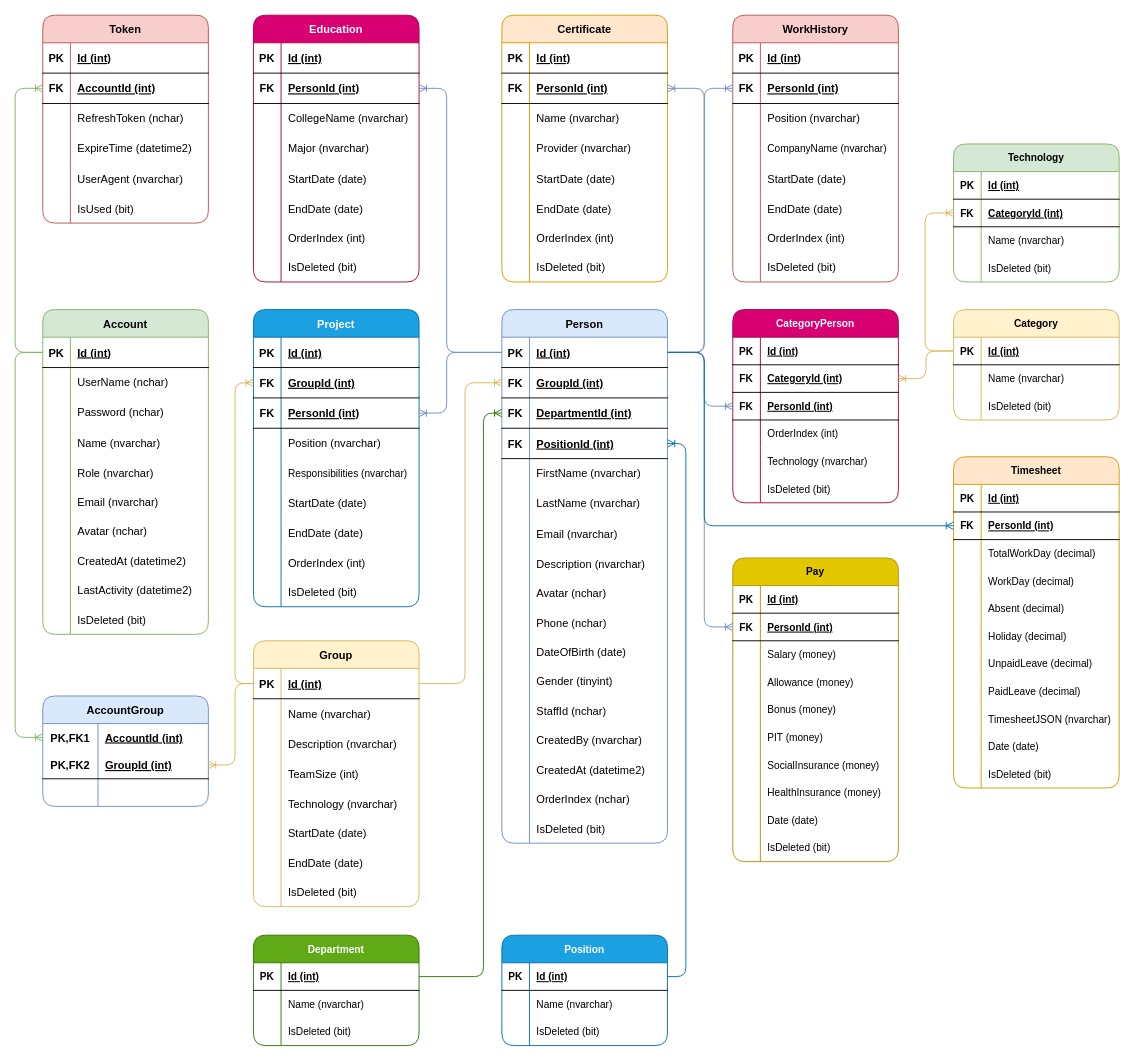
Earlier version of the draw.io diagram Docs/db-diagram.drawio (dong-nguyen-hd/HR-Management). Source tidied: cells renumbered, new cells numbered last; positions are measured from the earlier drawing's top-left corner, leaving out a move shared by most shapes. Both pictures are drawn from the tidied source at 92%, with x=0, y=0 at pixel (15, 15).
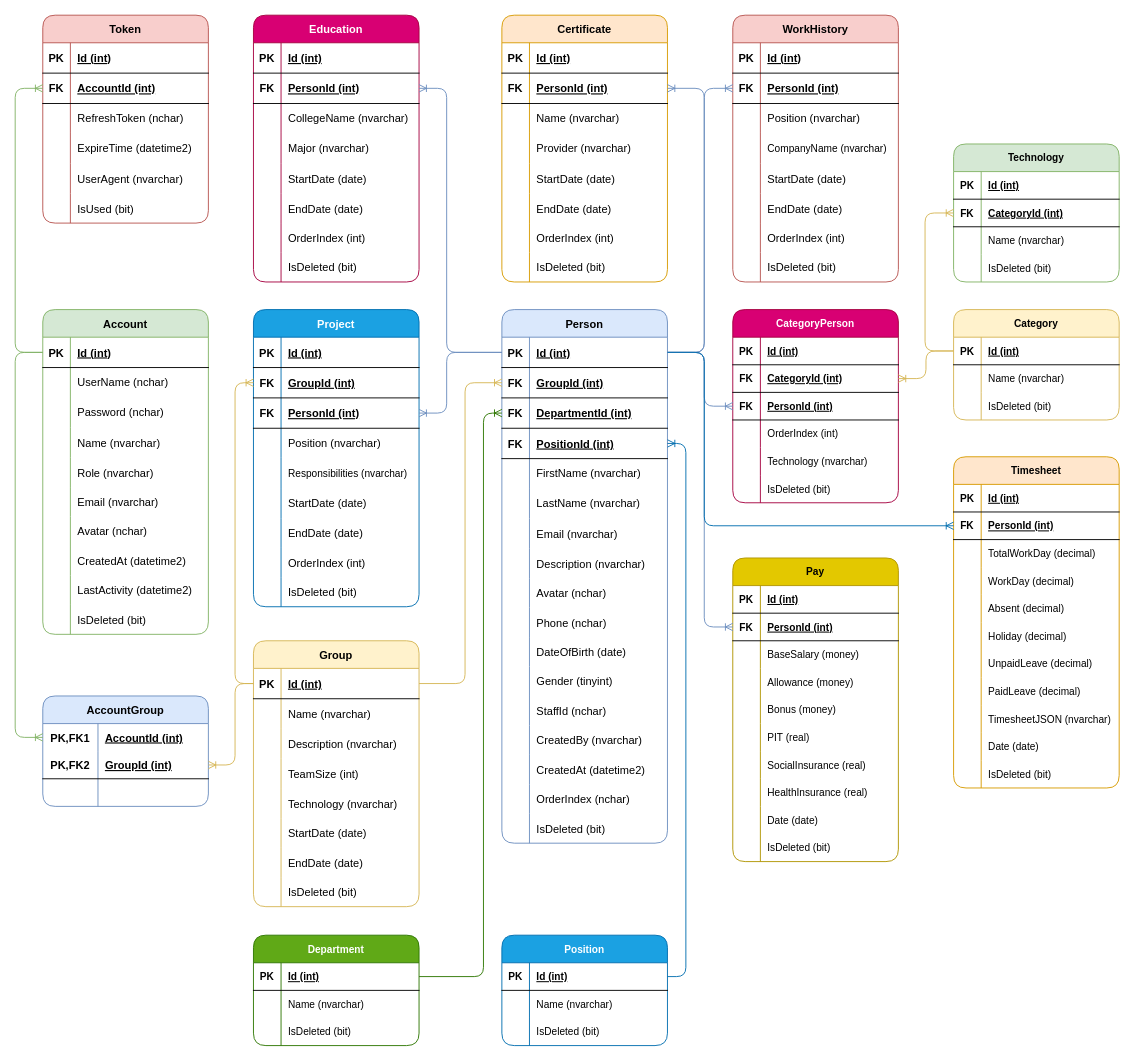
Above is the later version.

The change refers to these unchanged cells:
```xml
<mxCell id="315" style="shape=tableRow;horizontal=0;startSize=0;swimlaneHead=0;swimlaneBody=0;fillColor=none;top=0;left=0;right=0;bottom=0;rounded=1;shadow=0;sketch=0;fontFamily=Helvetica;fontSize=11;fontColor=default;" parent="308" vertex="1">
  <mxGeometry y="90" width="180" height="30" as="geometry" />
</mxCell>
<mxCell id="324" style="shape=tableRow;horizontal=0;startSize=0;swimlaneHead=0;swimlaneBody=0;fillColor=none;top=0;left=0;right=0;bottom=0;rounded=1;shadow=0;sketch=0;fontFamily=Helvetica;fontSize=11;fontColor=default;" parent="308" vertex="1">
  <mxGeometry y="180" width="180" height="30" as="geometry" />
</mxCell>
<mxCell id="327" style="shape=tableRow;horizontal=0;startSize=0;swimlaneHead=0;swimlaneBody=0;fillColor=none;top=0;left=0;right=0;bottom=0;rounded=1;shadow=0;sketch=0;fontFamily=Helvetica;fontSize=11;fontColor=default;" parent="308" vertex="1">
  <mxGeometry y="210" width="180" height="30" as="geometry" />
</mxCell>
<mxCell id="330" style="shape=tableRow;horizontal=0;startSize=0;swimlaneHead=0;swimlaneBody=0;fillColor=none;top=0;left=0;right=0;bottom=0;rounded=1;shadow=0;sketch=0;fontFamily=Helvetica;fontSize=11;fontColor=default;" parent="308" vertex="1">
  <mxGeometry y="240" width="180" height="30" as="geometry" />
</mxCell>
```

The edit, as a diff of the source:
```diff
@@
-    <mxCell id="317" value="Salary (money)" style="shape=partialRectangle;fillColor=none;top=0;left=0;bottom=0;right=0;align=left;spacingLeft=6;overflow=hidden;rounded=1;shadow=0;sketch=0;fontFamily=Helvetica;fontSize=11;fontColor=default;" parent="315" vertex="1">
+    <mxCell id="317" value="BaseSalary (money)" style="shape=partialRectangle;fillColor=none;top=0;left=0;bottom=0;right=0;align=left;spacingLeft=6;overflow=hidden;rounded=1;shadow=0;sketch=0;fontFamily=Helvetica;fontSize=11;fontColor=default;" parent="315" vertex="1">
       <mxGeometry x="30" width="150" height="30" as="geometry" />
     </mxCell>
@@
-    <mxCell id="326" value="PIT (money)" style="shape=partialRectangle;fillColor=none;top=0;left=0;bottom=0;right=0;align=left;spacingLeft=6;overflow=hidden;rounded=1;shadow=0;sketch=0;fontFamily=Helvetica;fontSize=11;fontColor=default;" parent="324" vertex="1">
+    <mxCell id="326" value="PIT (real)" style="shape=partialRectangle;fillColor=none;top=0;left=0;bottom=0;right=0;align=left;spacingLeft=6;overflow=hidden;rounded=1;shadow=0;sketch=0;fontFamily=Helvetica;fontSize=11;fontColor=default;" parent="324" vertex="1">
       <mxGeometry x="30" width="150" height="30" as="geometry" />
     </mxCell>
@@
-    <mxCell id="329" value="SocialInsurance (money)" style="shape=partialRectangle;fillColor=none;top=0;left=0;bottom=0;right=0;align=left;spacingLeft=6;overflow=hidden;rounded=1;shadow=0;sketch=0;fontFamily=Helvetica;fontSize=11;fontColor=default;" parent="327" vertex="1">
+    <mxCell id="329" value="SocialInsurance (real)" style="shape=partialRectangle;fillColor=none;top=0;left=0;bottom=0;right=0;align=left;spacingLeft=6;overflow=hidden;rounded=1;shadow=0;sketch=0;fontFamily=Helvetica;fontSize=11;fontColor=default;" parent="327" vertex="1">
       <mxGeometry x="30" width="150" height="30" as="geometry" />
     </mxCell>
@@
-    <mxCell id="332" value="HealthInsurance (money)" style="shape=partialRectangle;fillColor=none;top=0;left=0;bottom=0;right=0;align=left;spacingLeft=6;overflow=hidden;rounded=1;shadow=0;sketch=0;fontFamily=Helvetica;fontSize=11;fontColor=default;" parent="330" vertex="1">
+    <mxCell id="332" value="HealthInsurance (real)" style="shape=partialRectangle;fillColor=none;top=0;left=0;bottom=0;right=0;align=left;spacingLeft=6;overflow=hidden;rounded=1;shadow=0;sketch=0;fontFamily=Helvetica;fontSize=11;fontColor=default;" parent="330" vertex="1">
       <mxGeometry x="30" width="150" height="30" as="geometry" />
     </mxCell>
```
